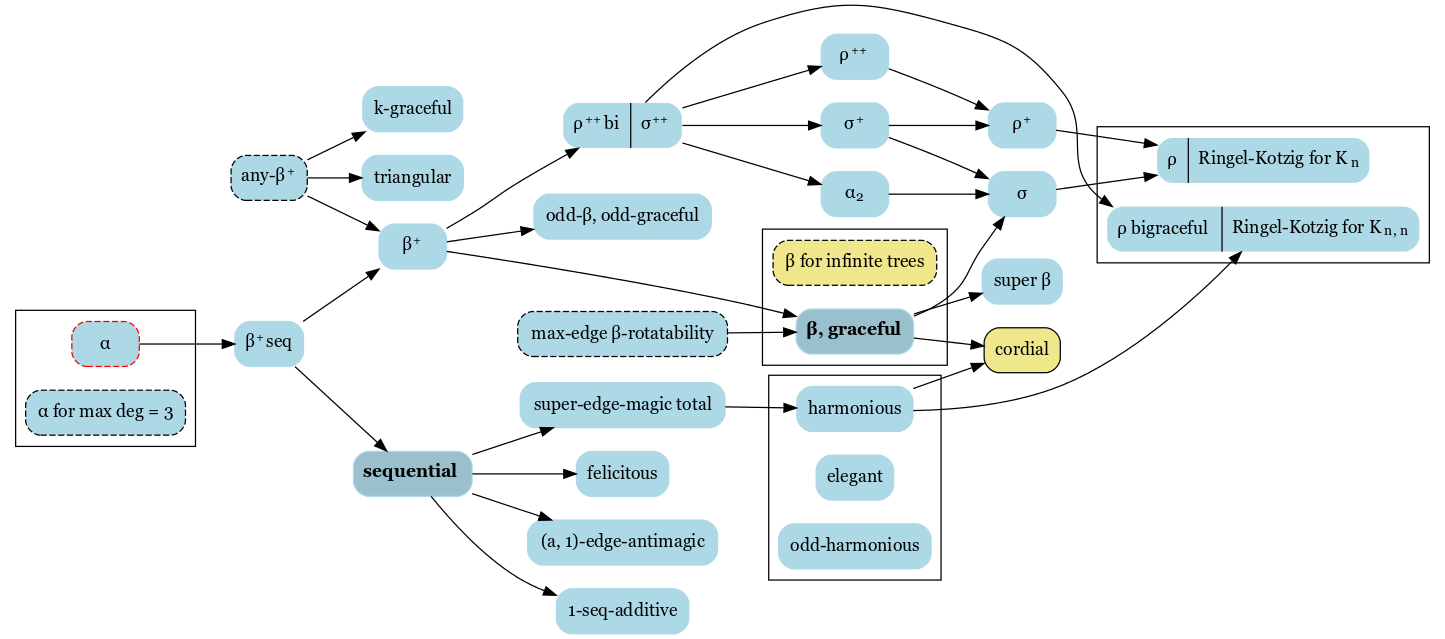
Earlier version of the Graphviz export diagram/tree_labelings.png (gexahedron/graceful-labeling). Its source is kept beside it as diagram/tree_labelings.dot.
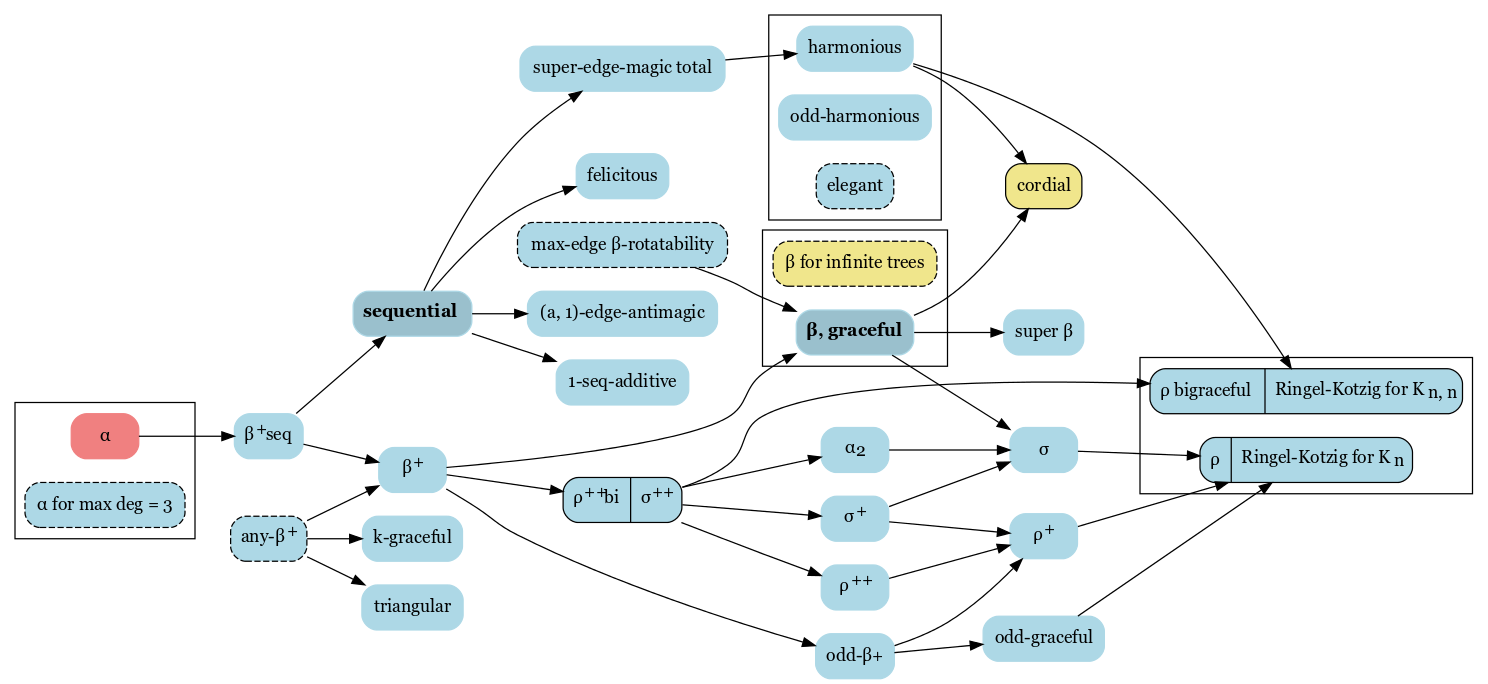
Above is the later version.

Diff of the diagram source:
```diff
@@ -20,7 +20,7 @@
 
     subgraph cluster_alpha {
         {
-            node [style="dashed,filled", color="red", fillcolor="lightblue"];
+            node [style="filled", color="lightcoral", fillcolor="lightcoral"];
             alpha [label="α"];
         }
         {
@@ -80,14 +80,20 @@
     }
     k_beta_p -> beta_plus;
 
-    odd_beta [label="odd-β, odd-graceful"]
-    beta_plus -> odd_beta
+    odd_beta_plus [label="odd-β+"]
+    beta_plus -> odd_beta_plus
+    odd_beta_plus -> rho_p
+    odd_beta [label="odd-graceful"]
+    odd_beta_plus -> odd_beta
+    odd_beta -> rho
     super_beta [label="super β"]
     beta -> super_beta
     subgraph cluster_harmonious {
-        elegant
         odd_harm [label="odd-harmonious"]
         harm
+
+        node [style="dashed,filled", color="black", fillcolor="lightblue"];
+        elegant
     }
     seq -> felicitous
     k_graceful [label="k-graceful"]
```
